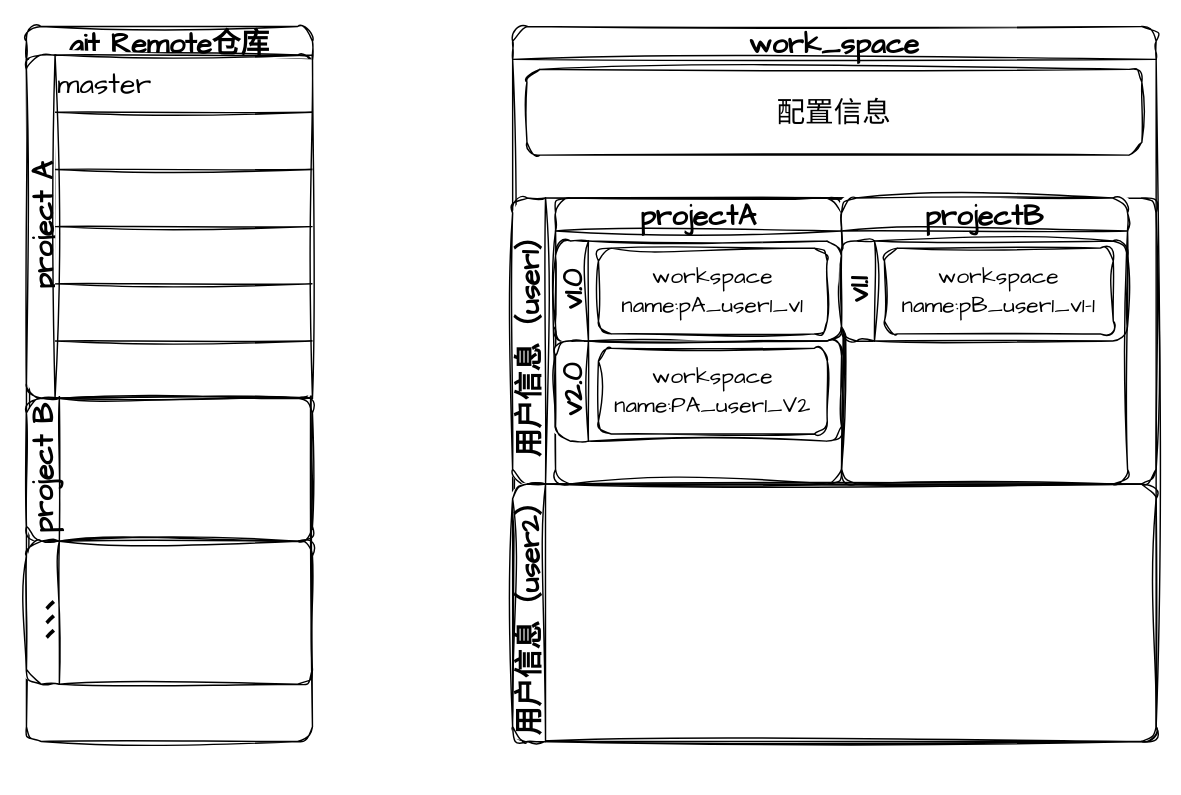
This is 设计期集成.drawio from lornezhang66/draw.io, a draw.io file, before an edit. Source tidied: cells renumbered, new cells numbered last; positions are measured from the earlier drawing's top-left corner, leaving out a move shared by most shapes. Both pictures are drawn from the tidied source at 143%, with x=0, y=0 at pixel (26, 26).
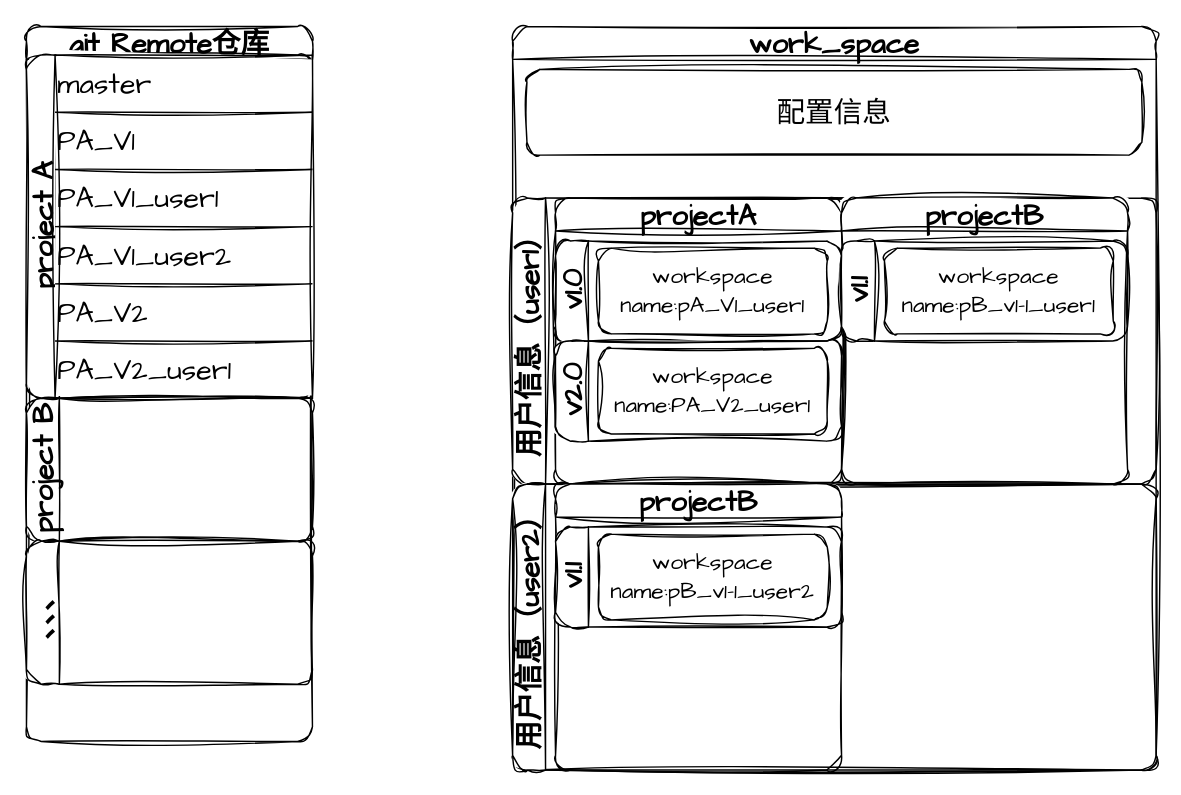
After the change.

Commit message (it also covers changes not shown here):
更新设计期集成.drawio

Unchanged cells that the change refers to:
```xml
<mxCell id="5" value="v1.0" style="swimlane;horizontal=0;whiteSpace=wrap;html=1;rounded=1;sketch=1;hachureGap=4;jiggle=2;fontFamily=Architects Daughter;fontSize=20;startSize=23;" parent="4" vertex="1">
  <mxGeometry y="30" width="200" height="70" as="geometry" />
</mxCell>
<mxCell id="7" value="v2.0" style="swimlane;horizontal=0;whiteSpace=wrap;html=1;rounded=1;sketch=1;hachureGap=4;jiggle=2;fontFamily=Architects Daughter;fontSize=20;startSize=23;" parent="4" vertex="1">
  <mxGeometry y="100" width="200" height="70" as="geometry" />
</mxCell>
<mxCell id="10" value="v1.1" style="swimlane;horizontal=0;whiteSpace=wrap;html=1;rounded=1;sketch=1;hachureGap=4;jiggle=2;fontFamily=Architects Daughter;fontSize=20;startSize=23;" parent="9" vertex="1">
  <mxGeometry y="30" width="200" height="70" as="geometry" />
</mxCell>
<mxCell id="19" style="shape=tableRow;horizontal=0;startSize=0;swimlaneHead=0;swimlaneBody=0;top=0;left=0;bottom=0;right=0;fillColor=none;rounded=1;sketch=1;hachureGap=4;jiggle=2;fontFamily=Architects Daughter;fontSize=20;" parent="16" vertex="1">
  <mxGeometry y="40" width="180" height="40" as="geometry" />
</mxCell>
<mxCell id="21" style="shape=tableRow;horizontal=0;startSize=0;swimlaneHead=0;swimlaneBody=0;top=0;left=0;bottom=0;right=0;fillColor=none;rounded=1;sketch=1;hachureGap=4;jiggle=2;fontFamily=Architects Daughter;fontSize=20;" parent="16" vertex="1">
  <mxGeometry y="80" width="180" height="40" as="geometry" />
</mxCell>
<mxCell id="23" style="shape=tableRow;horizontal=0;startSize=0;swimlaneHead=0;swimlaneBody=0;top=0;left=0;bottom=0;right=0;fillColor=none;rounded=1;sketch=1;hachureGap=4;jiggle=2;fontFamily=Architects Daughter;fontSize=20;" parent="16" vertex="1">
  <mxGeometry y="120" width="180" height="40" as="geometry" />
</mxCell>
<mxCell id="25" style="shape=tableRow;horizontal=0;startSize=0;swimlaneHead=0;swimlaneBody=0;top=0;left=0;bottom=0;right=0;fillColor=none;rounded=1;sketch=1;hachureGap=4;jiggle=2;fontFamily=Architects Daughter;fontSize=20;" parent="16" vertex="1">
  <mxGeometry y="160" width="180" height="40" as="geometry" />
</mxCell>
<mxCell id="27" style="shape=tableRow;horizontal=0;startSize=0;swimlaneHead=0;swimlaneBody=0;top=0;left=0;bottom=0;right=0;fillColor=none;rounded=1;sketch=1;hachureGap=4;jiggle=2;fontFamily=Architects Daughter;fontSize=20;" parent="16" vertex="1">
  <mxGeometry y="200" width="180" height="40" as="geometry" />
</mxCell>
```

Change to the diagram source:
```diff
@@
     <mxCell id="2" value="work_space" style="swimlane;whiteSpace=wrap;html=1;rounded=1;sketch=1;hachureGap=4;jiggle=2;fontFamily=Architects Daughter;fontSize=20;" parent="1" vertex="1">
-      <mxGeometry x="340" width="450" height="500" as="geometry" />
+      <mxGeometry x="340" width="450" height="520" as="geometry" />
     </mxCell>
@@
-    <mxCell id="6" value="workspace&lt;br style=&quot;font-size: 16px;&quot;&gt;name:pA_user1_v1" style="rounded=1;whiteSpace=wrap;html=1;sketch=1;hachureGap=4;jiggle=2;fontFamily=Architects Daughter;fontSize=16;" parent="5" vertex="1">
+    <mxCell id="6" value="workspace&lt;br style=&quot;font-size: 16px;&quot;&gt;name:pA_V1_user1" style="rounded=1;whiteSpace=wrap;html=1;sketch=1;hachureGap=4;jiggle=2;fontFamily=Architects Daughter;fontSize=16;" parent="5" vertex="1">
       <mxGeometry x="30" y="5" width="160" height="60" as="geometry" />
     </mxCell>
@@
-    <mxCell id="8" value="workspace&lt;br style=&quot;font-size: 16px;&quot;&gt;name:PA_user1_V2" style="rounded=1;whiteSpace=wrap;html=1;sketch=1;hachureGap=4;jiggle=2;fontFamily=Architects Daughter;fontSize=16;" parent="7" vertex="1">
+    <mxCell id="8" value="workspace&lt;br style=&quot;font-size: 16px;&quot;&gt;name:PA_V2_user1" style="rounded=1;whiteSpace=wrap;html=1;sketch=1;hachureGap=4;jiggle=2;fontFamily=Architects Daughter;fontSize=16;" parent="7" vertex="1">
       <mxGeometry x="30" y="5" width="160" height="60" as="geometry" />
     </mxCell>
@@
-    <mxCell id="11" value="workspace&lt;br style=&quot;font-size: 16px;&quot;&gt;name:pB_user1_v1-1" style="rounded=1;whiteSpace=wrap;html=1;sketch=1;hachureGap=4;jiggle=2;fontFamily=Architects Daughter;fontSize=16;" parent="10" vertex="1">
+    <mxCell id="11" value="workspace&lt;br style=&quot;font-size: 16px;&quot;&gt;name:pB_v1-1_user1" style="rounded=1;whiteSpace=wrap;html=1;sketch=1;hachureGap=4;jiggle=2;fontFamily=Architects Daughter;fontSize=16;" parent="10" vertex="1">
       <mxGeometry x="30" y="5" width="160" height="60" as="geometry" />
     </mxCell>
     <mxCell id="12" value="用户信息（user2）" style="swimlane;horizontal=0;whiteSpace=wrap;html=1;rounded=1;sketch=1;hachureGap=4;jiggle=2;fontFamily=Architects Daughter;fontSize=20;" parent="2" vertex="1">
-      <mxGeometry y="320" width="450" height="180" as="geometry" />
+      <mxGeometry y="320" width="450" height="200" as="geometry" />
     </mxCell>
+    <mxCell id="31" value="projectB" style="swimlane;whiteSpace=wrap;html=1;rounded=1;sketch=1;hachureGap=4;jiggle=2;fontFamily=Architects Daughter;fontSize=20;" parent="12" vertex="1">
+      <mxGeometry x="30" width="200" height="200" as="geometry" />
+    </mxCell>
+    <mxCell id="32" value="v1.1" style="swimlane;horizontal=0;whiteSpace=wrap;html=1;rounded=1;sketch=1;hachureGap=4;jiggle=2;fontFamily=Architects Daughter;fontSize=20;startSize=23;" parent="31" vertex="1">
+      <mxGeometry y="30" width="200" height="70" as="geometry" />
+    </mxCell>
+    <mxCell id="33" value="workspace&lt;br style=&quot;font-size: 16px;&quot;&gt;name:pB_v1-1_user2" style="rounded=1;whiteSpace=wrap;html=1;sketch=1;hachureGap=4;jiggle=2;fontFamily=Architects Daughter;fontSize=16;" parent="32" vertex="1">
+      <mxGeometry x="30" y="5" width="160" height="60" as="geometry" />
+    </mxCell>
@@
-    <mxCell id="20" style="shape=partialRectangle;html=1;whiteSpace=wrap;overflow=hidden;fillColor=none;top=0;left=0;bottom=0;right=0;rounded=1;sketch=1;hachureGap=4;jiggle=2;fontFamily=Architects Daughter;fontSize=20;align=left;" parent="19" vertex="1">
+    <mxCell id="20" value="PA_V1" style="shape=partialRectangle;html=1;whiteSpace=wrap;overflow=hidden;fillColor=none;top=0;left=0;bottom=0;right=0;rounded=1;sketch=1;hachureGap=4;jiggle=2;fontFamily=Architects Daughter;fontSize=20;align=left;" parent="19" vertex="1">
       <mxGeometry width="180" height="40" as="geometry" />
     </mxCell>
@@
-    <mxCell id="22" style="shape=partialRectangle;html=1;whiteSpace=wrap;overflow=hidden;fillColor=none;top=0;left=0;bottom=0;right=0;rounded=1;sketch=1;hachureGap=4;jiggle=2;fontFamily=Architects Daughter;fontSize=20;align=left;" parent="21" vertex="1">
+    <mxCell id="22" value="PA_V1_user1" style="shape=partialRectangle;html=1;whiteSpace=wrap;overflow=hidden;fillColor=none;top=0;left=0;bottom=0;right=0;rounded=1;sketch=1;hachureGap=4;jiggle=2;fontFamily=Architects Daughter;fontSize=20;align=left;" parent="21" vertex="1">
       <mxGeometry width="180" height="40" as="geometry" />
     </mxCell>
@@
-    <mxCell id="24" style="shape=partialRectangle;html=1;whiteSpace=wrap;overflow=hidden;fillColor=none;top=0;left=0;bottom=0;right=0;rounded=1;sketch=1;hachureGap=4;jiggle=2;fontFamily=Architects Daughter;fontSize=20;align=left;" parent="23" vertex="1">
+    <mxCell id="24" value="PA_V1_user2" style="shape=partialRectangle;html=1;whiteSpace=wrap;overflow=hidden;fillColor=none;top=0;left=0;bottom=0;right=0;rounded=1;sketch=1;hachureGap=4;jiggle=2;fontFamily=Architects Daughter;fontSize=20;align=left;" parent="23" vertex="1">
       <mxGeometry width="180" height="40" as="geometry" />
     </mxCell>
@@
-    <mxCell id="26" style="shape=partialRectangle;html=1;whiteSpace=wrap;overflow=hidden;fillColor=none;top=0;left=0;bottom=0;right=0;rounded=1;sketch=1;hachureGap=4;jiggle=2;fontFamily=Architects Daughter;fontSize=20;align=left;" parent="25" vertex="1">
+    <mxCell id="26" value="PA_V2" style="shape=partialRectangle;html=1;whiteSpace=wrap;overflow=hidden;fillColor=none;top=0;left=0;bottom=0;right=0;rounded=1;sketch=1;hachureGap=4;jiggle=2;fontFamily=Architects Daughter;fontSize=20;align=left;" parent="25" vertex="1">
       <mxGeometry width="180" height="40" as="geometry" />
     </mxCell>
@@
-    <mxCell id="28" style="shape=partialRectangle;html=1;whiteSpace=wrap;overflow=hidden;fillColor=none;top=0;left=0;bottom=0;right=0;rounded=1;sketch=1;hachureGap=4;jiggle=2;fontFamily=Architects Daughter;fontSize=20;align=left;" parent="27" vertex="1">
+    <mxCell id="28" value="PA_V2_user1" style="shape=partialRectangle;html=1;whiteSpace=wrap;overflow=hidden;fillColor=none;top=0;left=0;bottom=0;right=0;rounded=1;sketch=1;hachureGap=4;jiggle=2;fontFamily=Architects Daughter;fontSize=20;align=left;" parent="27" vertex="1">
       <mxGeometry width="180" height="40" as="geometry" />
     </mxCell>
```
